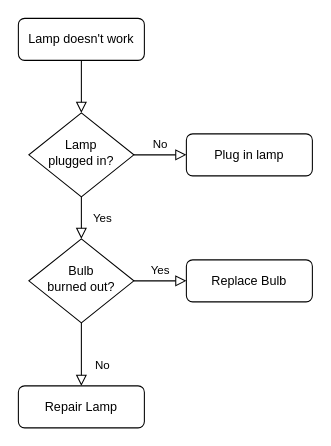
gallego93/DesafioLatam keeps this draw.io diagram as Diagrama sin título.drawio. Above is the earlier version. Source tidied: cells renumbered, new cells numbered last; positions are measured from the earlier drawing's top-left corner, leaving out a move shared by most shapes. Both pictures are drawn from the tidied source at 105%, with x=0, y=0 at pixel (18, 18).
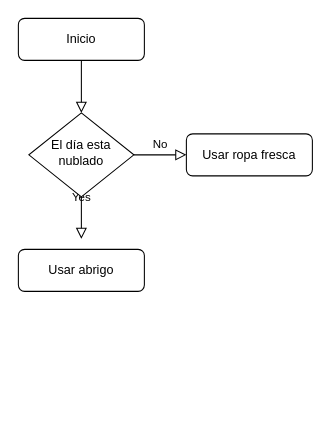
The same page after the edit.

Change to the diagram source:
```diff
@@
 <mxGraphModel>
   <root>
     <mxCell id="0" />
     <mxCell id="1" parent="0" />
     <mxCell id="2" style="rounded=0;html=1;jettySize=auto;fontSize=11;endArrow=block;endFill=0;endSize=8;strokeWidth=1;shadow=0;labelBackgroundColor=none;edgeStyle=orthogonalEdgeStyle;" parent="1" edge="1" source="3" target="6">
       <mxGeometry relative="1" as="geometry" />
     </mxCell>
-    <mxCell id="3" value="Lamp doesn't work" style="rounded=1;whiteSpace=wrap;html=1;fontSize=12;glass=0;strokeWidth=1;shadow=0;" parent="1" vertex="1">
+    <mxCell id="3" value="Inicio" style="rounded=1;whiteSpace=wrap;html=1;fontSize=12;glass=0;strokeWidth=1;shadow=0;" parent="1" vertex="1">
       <mxGeometry width="120" height="40" as="geometry" />
     </mxCell>
-    <mxCell id="4" value="Yes" style="rounded=0;html=1;jettySize=auto;fontSize=11;endArrow=block;endFill=0;endSize=8;strokeWidth=1;shadow=0;labelBackgroundColor=none;edgeStyle=orthogonalEdgeStyle;" parent="1" edge="1" source="6" target="10">
-      <mxGeometry y="20" relative="1" as="geometry" />
+    <mxCell id="4" value="Yes" style="rounded=0;html=1;jettySize=auto;fontSize=11;endArrow=block;endFill=0;endSize=8;strokeWidth=1;shadow=0;labelBackgroundColor=none;edgeStyle=orthogonalEdgeStyle;" parent="1" edge="1" source="6">
+      <mxGeometry y="20" relative="1" as="geometry">
+        <mxPoint x="60" y="210" as="targetPoint" />
+      </mxGeometry>
     </mxCell>
     <mxCell id="5" value="No" style="edgeStyle=orthogonalEdgeStyle;rounded=0;html=1;jettySize=auto;fontSize=11;endArrow=block;endFill=0;endSize=8;strokeWidth=1;shadow=0;labelBackgroundColor=none;" parent="1" edge="1" source="6" target="7">
       <mxGeometry y="10" relative="1" as="geometry" />
     </mxCell>
-    <mxCell id="6" value="Lamp&lt;br&gt;plugged in?" style="rhombus;whiteSpace=wrap;html=1;shadow=0;fontFamily=Helvetica;fontSize=12;align=center;strokeWidth=1;spacing=6;spacingTop=-4;" parent="1" vertex="1">
+    <mxCell id="6" value="El día esta nublado" style="rhombus;whiteSpace=wrap;html=1;shadow=0;fontFamily=Helvetica;fontSize=12;align=center;strokeWidth=1;spacing=6;spacingTop=-4;" parent="1" vertex="1">
       <mxGeometry x="10" y="90" width="100" height="80" as="geometry" />
     </mxCell>
-    <mxCell id="7" value="Plug in lamp" style="rounded=1;whiteSpace=wrap;html=1;fontSize=12;glass=0;strokeWidth=1;shadow=0;" parent="1" vertex="1">
+    <mxCell id="7" value="Usar ropa fresca" style="rounded=1;whiteSpace=wrap;html=1;fontSize=12;glass=0;strokeWidth=1;shadow=0;" parent="1" vertex="1">
       <mxGeometry x="160" y="110" width="120" height="40" as="geometry" />
     </mxCell>
-    <mxCell id="8" value="No" style="rounded=0;html=1;jettySize=auto;fontSize=11;endArrow=block;endFill=0;endSize=8;strokeWidth=1;shadow=0;labelBackgroundColor=none;edgeStyle=orthogonalEdgeStyle;" parent="1" edge="1" source="10" target="11">
-      <mxGeometry x="0.33" y="20" relative="1" as="geometry" />
-    </mxCell>
-    <mxCell id="9" value="Yes" style="edgeStyle=orthogonalEdgeStyle;rounded=0;html=1;jettySize=auto;fontSize=11;endArrow=block;endFill=0;endSize=8;strokeWidth=1;shadow=0;labelBackgroundColor=none;" parent="1" edge="1" source="10" target="12">
-      <mxGeometry y="10" relative="1" as="geometry" />
-    </mxCell>
-    <mxCell id="10" value="Bulb&lt;br&gt;burned out?" style="rhombus;whiteSpace=wrap;html=1;shadow=0;fontFamily=Helvetica;fontSize=12;align=center;strokeWidth=1;spacing=6;spacingTop=-4;" parent="1" vertex="1">
-      <mxGeometry x="10" y="210" width="100" height="80" as="geometry" />
-    </mxCell>
-    <mxCell id="11" value="Repair Lamp" style="rounded=1;whiteSpace=wrap;html=1;fontSize=12;glass=0;strokeWidth=1;shadow=0;" parent="1" vertex="1">
-      <mxGeometry y="350" width="120" height="40" as="geometry" />
+    <mxCell id="11" value="Usar abrigo" style="rounded=1;whiteSpace=wrap;html=1;fontSize=12;glass=0;strokeWidth=1;shadow=0;" parent="1" vertex="1">
+      <mxGeometry y="220" width="120" height="40" as="geometry" />
     </mxCell>
-    <mxCell id="12" value="Replace Bulb" style="rounded=1;whiteSpace=wrap;html=1;fontSize=12;glass=0;strokeWidth=1;shadow=0;" parent="1" vertex="1">
-      <mxGeometry x="160" y="230" width="120" height="40" as="geometry" />
-    </mxCell>
   </root>
 </mxGraphModel>
```
